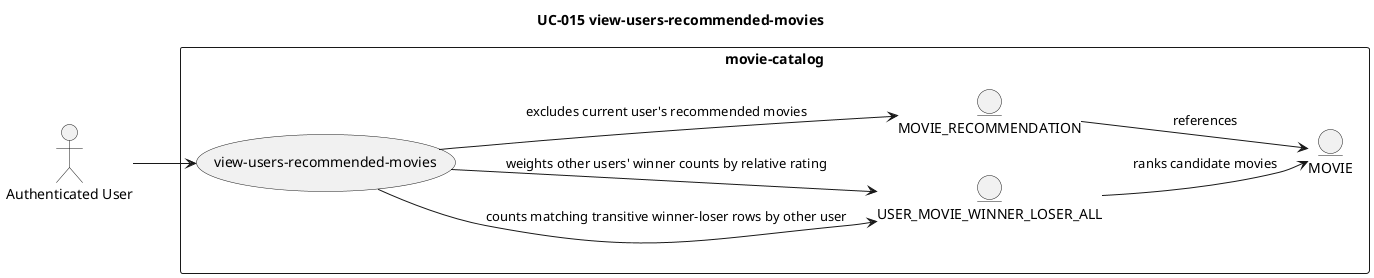
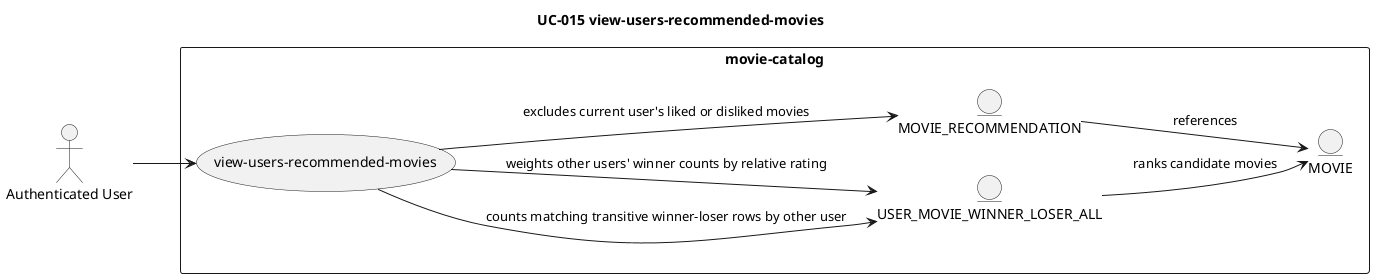
@startuml
title UC-015 view-users-recommended-movies
left to right direction

actor "Authenticated User" as user
rectangle "movie-catalog" {
    usecase "view-users-recommended-movies" as UC
    entity "USER_MOVIE_WINNER_LOSER_ALL" as closureResult
    entity "MOVIE_RECOMMENDATION" as recommendation
    entity "MOVIE" as movie
}

user --> UC
UC --> closureResult : counts matching transitive winner-loser rows by other user
UC --> closureResult : weights other users' winner counts by relative rating
- UC --> recommendation : excludes current user's recommended movies
+ UC --> recommendation : excludes current user's liked or disliked movies
closureResult --> movie : ranks candidate movies
recommendation --> movie : references
@enduml
